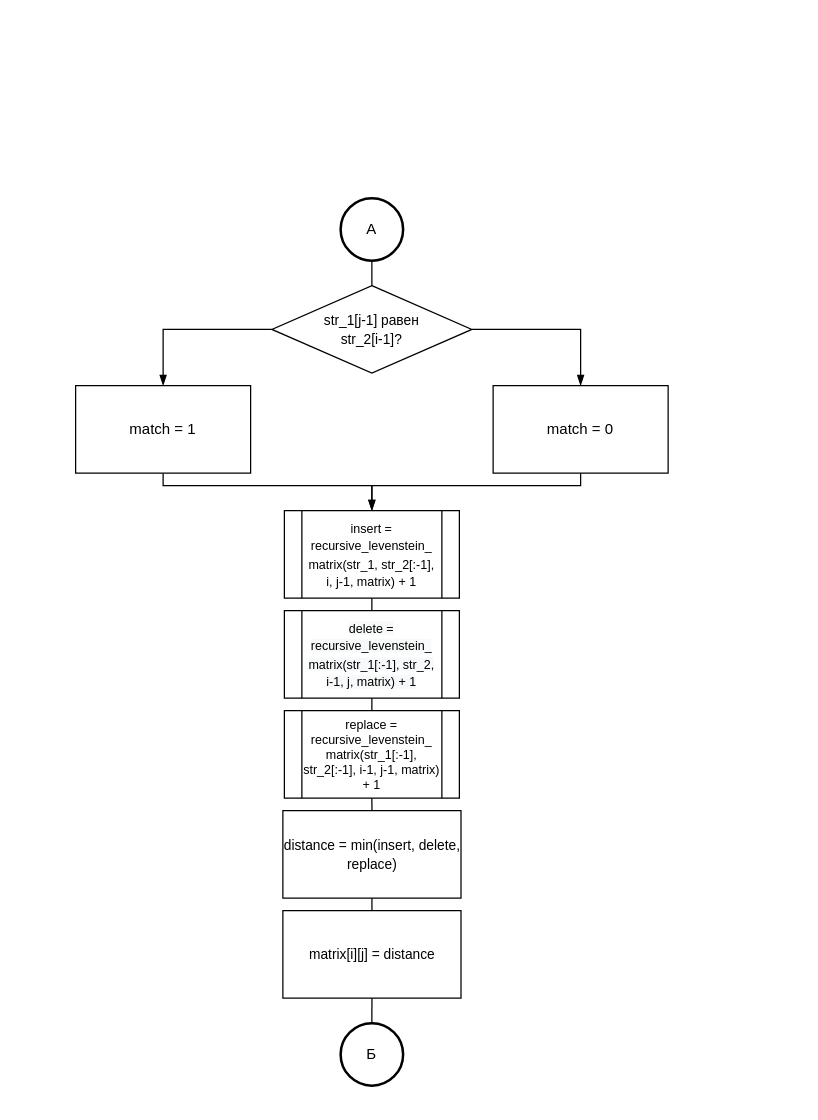
leontartykov/bmstu_sem_5_aa keeps this draw.io diagram as page "Рекурсивный Левенштейн с матрицей2" (4 of 5) of lab_01/report/diagrams/Левенштейн и Дамерау-Левенштейн.drawio. Above is the earlier version. Source tidied: cells renumbered, new cells numbered last; positions are measured from the earlier drawing's top-left corner, leaving out a move shared by most shapes. Both pictures are drawn from the tidied source at 125%, with x=0, y=0 at pixel (75, 198).
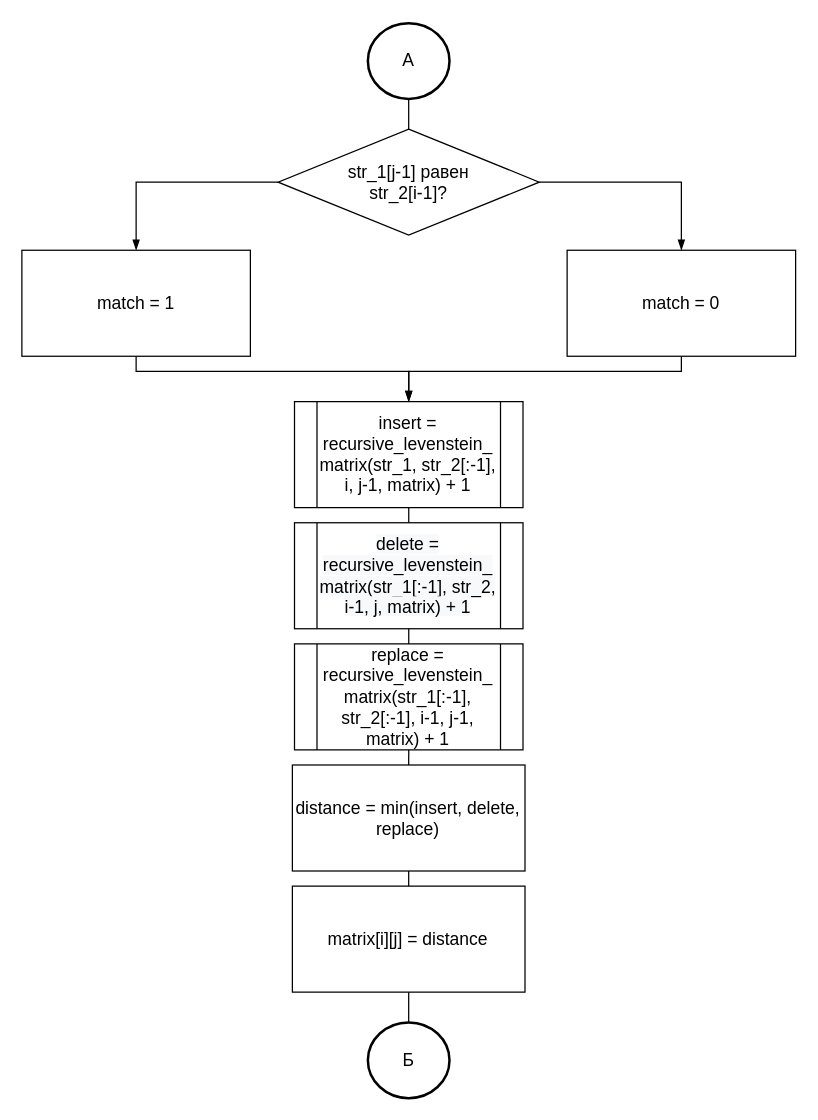
Above is the later version.

The edit, as a diff of the source:
```diff
@@
-    <mxCell id="2" style="edgeStyle=orthogonalEdgeStyle;rounded=0;jettySize=auto;html=1;entryX=0.5;entryY=0;entryDx=0;entryDy=0;endArrow=blockThin;endFill=1;" parent="1" edge="1" source="4" target="14">
-      <mxGeometry relative="1" as="geometry" />
-    </mxCell>
-    <mxCell id="3" style="edgeStyle=orthogonalEdgeStyle;rounded=0;jettySize=auto;html=1;exitX=0;exitY=0.5;exitDx=0;exitDy=0;entryX=0.5;entryY=0;entryDx=0;entryDy=0;endArrow=blockThin;endFill=1;" parent="1" edge="1" source="4" target="16">
-      <mxGeometry relative="1" as="geometry" />
-    </mxCell>
+    <mxCell id="22" style="group;" parent="1" vertex="1">
+      <mxGeometry x="-43" y="-140" width="619" height="860" as="geometry" />
+    </mxCell>
-    <mxCell id="4" value="&lt;font style=&quot;font-size: 11px&quot;&gt;str_1[j-1] равен&lt;br&gt;str_2[i-1]?&lt;/font&gt;" style="rhombus;whiteSpace=wrap;html=1;" parent="1" vertex="1">
-      <mxGeometry x="157" y="70" width="160" height="70" as="geometry" />
+    <mxCell id="4" value="&lt;font style=&quot;font-size: 14px&quot;&gt;str_1[j-1] равен&lt;br&gt;str_2[i-1]?&lt;/font&gt;" style="rhombus;whiteSpace=wrap;html=1;" parent="22" vertex="1">
+      <mxGeometry x="205" y="84.8" width="208.9" height="84.8" as="geometry" />
     </mxCell>
+    <mxCell id="6" value="&lt;font style=&quot;font-size: 14px&quot;&gt;&lt;br&gt;insert = recursive_levenstein_&lt;br&gt;matrix(str_1, str_2[:-1],&lt;br&gt;i, j-1, matrix) + 1&lt;br&gt;&amp;nbsp;&lt;/font&gt;" style="shape=process;whiteSpace=wrap;html=1;backgroundOutline=1;" parent="22" vertex="1">
+      <mxGeometry x="218.1" y="302.8" width="182.8" height="84.8" as="geometry" />
+    </mxCell>
+    <mxCell id="8" value="&lt;font style=&quot;font-size: 14px&quot;&gt;&lt;span style=&quot;color: rgb(0 , 0 , 0) ; font-family: &amp;#34;helvetica&amp;#34; ; font-style: normal ; font-weight: 400 ; letter-spacing: normal ; text-align: center ; text-indent: 0px ; text-transform: none ; word-spacing: 0px ; background-color: rgb(248 , 249 , 250) ; display: inline ; float: none&quot;&gt;delete = recursive_levenstein_&lt;/span&gt;&lt;br style=&quot;color: rgb(0 , 0 , 0) ; font-family: &amp;#34;helvetica&amp;#34; ; font-style: normal ; font-weight: 400 ; letter-spacing: normal ; text-align: center ; text-indent: 0px ; text-transform: none ; word-spacing: 0px ; background-color: rgb(248 , 249 , 250)&quot;&gt;&lt;span style=&quot;color: rgb(0 , 0 , 0) ; font-family: &amp;#34;helvetica&amp;#34; ; font-style: normal ; font-weight: 400 ; letter-spacing: normal ; text-align: center ; text-indent: 0px ; text-transform: none ; word-spacing: 0px ; background-color: rgb(248 , 249 , 250) ; display: inline ; float: none&quot;&gt;matrix(&lt;/span&gt;&lt;span style=&quot;color: rgb(0 , 0 , 0) ; font-family: &amp;#34;helvetica&amp;#34; ; font-style: normal ; font-weight: 400 ; letter-spacing: normal ; text-align: center ; text-indent: 0px ; text-transform: none ; word-spacing: 0px ; background-color: rgb(248 , 249 , 250) ; display: inline ; float: none&quot;&gt;str_1[:-1], str_2,&lt;/span&gt;&lt;br style=&quot;color: rgb(0 , 0 , 0) ; font-family: &amp;#34;helvetica&amp;#34; ; font-style: normal ; font-weight: 400 ; letter-spacing: normal ; text-align: center ; text-indent: 0px ; text-transform: none ; word-spacing: 0px ; background-color: rgb(248 , 249 , 250)&quot;&gt;&lt;span style=&quot;color: rgb(0 , 0 , 0) ; font-family: &amp;#34;helvetica&amp;#34; ; font-style: normal ; font-weight: 400 ; letter-spacing: normal ; text-align: center ; text-indent: 0px ; text-transform: none ; word-spacing: 0px ; background-color: rgb(248 , 249 , 250) ; display: inline ; float: none&quot;&gt;i-1, j, matrix) + 1&lt;/span&gt;&lt;/font&gt;" style="shape=process;whiteSpace=wrap;html=1;backgroundOutline=1;" parent="22" vertex="1">
+      <mxGeometry x="218.1" y="399.7" width="182.8" height="84.8" as="geometry" />
+    </mxCell>
-    <mxCell id="5" style="edgeStyle=orthogonalEdgeStyle;rounded=0;jettySize=auto;html=1;exitX=0.5;exitY=1;exitDx=0;exitDy=0;entryX=0.5;entryY=0;entryDx=0;entryDy=0;endArrow=none;endFill=0;" parent="1" edge="1" source="6" target="8">
+    <mxCell id="5" style="edgeStyle=orthogonalEdgeStyle;rounded=0;jettySize=auto;html=1;exitX=0.5;exitY=1;exitDx=0;exitDy=0;entryX=0.5;entryY=0;entryDx=0;entryDy=0;endArrow=none;endFill=0;" parent="22" edge="1" source="6" target="8">
       <mxGeometry relative="1" as="geometry" />
     </mxCell>
-    <mxCell id="6" value="&lt;font style=&quot;font-size: 10px&quot;&gt;&lt;br&gt;insert = recursive_levenstein_&lt;br&gt;matrix(str_1, str_2[:-1],&lt;br&gt;i, j-1, matrix) + 1&lt;br&gt;&amp;nbsp;&lt;/font&gt;" style="shape=process;whiteSpace=wrap;html=1;backgroundOutline=1;" parent="1" vertex="1">
-      <mxGeometry x="167" y="250" width="140" height="70" as="geometry" />
-    </mxCell>
+    <mxCell id="10" value="&lt;div style=&quot;font-size: 14px&quot;&gt;&lt;font style=&quot;font-size: 14px&quot;&gt;&lt;br&gt;&lt;/font&gt;&lt;/div&gt;&lt;div style=&quot;font-size: 14px&quot;&gt;&lt;span&gt;&lt;font style=&quot;font-size: 14px&quot;&gt;replace = recursive_levenstein_&lt;/font&gt;&lt;/span&gt;&lt;/div&gt;&lt;div style=&quot;font-size: 14px&quot;&gt;&lt;span&gt;&lt;font style=&quot;font-size: 14px&quot;&gt;matrix(str_1[:-1], str_2[:-1], i-1, j-1, matrix) + 1&lt;/font&gt;&lt;/span&gt;&lt;/div&gt;&lt;div style=&quot;font-size: 14px&quot;&gt;&lt;font style=&quot;font-size: 14px&quot;&gt;&amp;nbsp;&lt;/font&gt;&lt;/div&gt;" style="shape=process;whiteSpace=wrap;html=1;backgroundOutline=1;align=center;" parent="22" vertex="1">
+      <mxGeometry x="218.1" y="496.6" width="182.8" height="84.8" as="geometry" />
+    </mxCell>
-    <mxCell id="7" style="edgeStyle=orthogonalEdgeStyle;rounded=0;jettySize=auto;html=1;exitX=0.5;exitY=1;exitDx=0;exitDy=0;entryX=0.5;entryY=0;entryDx=0;entryDy=0;endArrow=none;endFill=0;" parent="1" edge="1" source="8" target="10">
+    <mxCell id="7" style="edgeStyle=orthogonalEdgeStyle;rounded=0;jettySize=auto;html=1;exitX=0.5;exitY=1;exitDx=0;exitDy=0;entryX=0.5;entryY=0;entryDx=0;entryDy=0;endArrow=none;endFill=0;" parent="22" edge="1" source="8" target="10">
       <mxGeometry relative="1" as="geometry" />
     </mxCell>
-    <mxCell id="8" value="&lt;font style=&quot;font-size: 10px&quot;&gt;&lt;span style=&quot;color: rgb(0 , 0 , 0) ; font-family: &amp;#34;helvetica&amp;#34; ; font-style: normal ; font-weight: 400 ; letter-spacing: normal ; text-align: center ; text-indent: 0px ; text-transform: none ; word-spacing: 0px ; background-color: rgb(248 , 249 , 250) ; display: inline ; float: none&quot;&gt;delete = recursive_levenstein_&lt;/span&gt;&lt;br style=&quot;color: rgb(0 , 0 , 0) ; font-family: &amp;#34;helvetica&amp;#34; ; font-style: normal ; font-weight: 400 ; letter-spacing: normal ; text-align: center ; text-indent: 0px ; text-transform: none ; word-spacing: 0px ; background-color: rgb(248 , 249 , 250)&quot;&gt;&lt;span style=&quot;color: rgb(0 , 0 , 0) ; font-family: &amp;#34;helvetica&amp;#34; ; font-style: normal ; font-weight: 400 ; letter-spacing: normal ; text-align: center ; text-indent: 0px ; text-transform: none ; word-spacing: 0px ; background-color: rgb(248 , 249 , 250) ; display: inline ; float: none&quot;&gt;matrix(&lt;/span&gt;&lt;span style=&quot;color: rgb(0 , 0 , 0) ; font-family: &amp;#34;helvetica&amp;#34; ; font-style: normal ; font-weight: 400 ; letter-spacing: normal ; text-align: center ; text-indent: 0px ; text-transform: none ; word-spacing: 0px ; background-color: rgb(248 , 249 , 250) ; display: inline ; float: none&quot;&gt;str_1[:-1], str_2,&lt;/span&gt;&lt;br style=&quot;color: rgb(0 , 0 , 0) ; font-family: &amp;#34;helvetica&amp;#34; ; font-style: normal ; font-weight: 400 ; letter-spacing: normal ; text-align: center ; text-indent: 0px ; text-transform: none ; word-spacing: 0px ; background-color: rgb(248 , 249 , 250)&quot;&gt;&lt;span style=&quot;color: rgb(0 , 0 , 0) ; font-family: &amp;#34;helvetica&amp;#34; ; font-style: normal ; font-weight: 400 ; letter-spacing: normal ; text-align: center ; text-indent: 0px ; text-transform: none ; word-spacing: 0px ; background-color: rgb(248 , 249 , 250) ; display: inline ; float: none&quot;&gt;i-1, j, matrix) + 1&lt;/span&gt;&lt;/font&gt;" style="shape=process;whiteSpace=wrap;html=1;backgroundOutline=1;" parent="1" vertex="1">
-      <mxGeometry x="167" y="330" width="140" height="70" as="geometry" />
-    </mxCell>
+    <mxCell id="12" value="&lt;font style=&quot;font-size: 14px&quot;&gt;distance = min(insert, delete, replace)&lt;/font&gt;" style="rounded=0;whiteSpace=wrap;html=1;" parent="22" vertex="1">
+      <mxGeometry x="216.4" y="593.5" width="186.1" height="84.8" as="geometry" />
+    </mxCell>
-    <mxCell id="9" style="edgeStyle=orthogonalEdgeStyle;rounded=0;jettySize=auto;html=1;exitX=0.5;exitY=1;exitDx=0;exitDy=0;entryX=0.5;entryY=0;entryDx=0;entryDy=0;endArrow=none;endFill=0;" parent="1" edge="1" source="10" target="12">
+    <mxCell id="9" style="edgeStyle=orthogonalEdgeStyle;rounded=0;jettySize=auto;html=1;exitX=0.5;exitY=1;exitDx=0;exitDy=0;entryX=0.5;entryY=0;entryDx=0;entryDy=0;endArrow=none;endFill=0;" parent="22" edge="1" source="10" target="12">
       <mxGeometry relative="1" as="geometry" />
     </mxCell>
-    <mxCell id="10" value="&lt;div style=&quot;font-size: 10px&quot;&gt;&lt;font style=&quot;font-size: 10px&quot;&gt;&lt;br&gt;&lt;/font&gt;&lt;/div&gt;&lt;div style=&quot;font-size: 10px&quot;&gt;&lt;span&gt;&lt;font style=&quot;font-size: 10px&quot;&gt;replace = recursive_levenstein_&lt;/font&gt;&lt;/span&gt;&lt;/div&gt;&lt;div style=&quot;font-size: 10px&quot;&gt;&lt;span&gt;&lt;font style=&quot;font-size: 10px&quot;&gt;matrix(str_1[:-1], str_2[:-1], i-1, j-1, matrix) + 1&lt;/font&gt;&lt;/span&gt;&lt;/div&gt;&lt;div style=&quot;font-size: 10px&quot;&gt;&lt;font style=&quot;font-size: 10px&quot;&gt;&amp;nbsp;&lt;/font&gt;&lt;/div&gt;" style="shape=process;whiteSpace=wrap;html=1;backgroundOutline=1;align=center;" parent="1" vertex="1">
-      <mxGeometry x="167" y="410" width="140" height="70" as="geometry" />
-    </mxCell>
-    <mxCell id="11" style="edgeStyle=orthogonalEdgeStyle;rounded=0;jettySize=auto;html=1;exitX=0.5;exitY=1;exitDx=0;exitDy=0;entryX=0.5;entryY=0;entryDx=0;entryDy=0;endArrow=none;endFill=0;" parent="1" edge="1" source="12" target="18">
-      <mxGeometry relative="1" as="geometry" />
-    </mxCell>
-    <mxCell id="12" value="&lt;font style=&quot;font-size: 11px&quot;&gt;distance = min(insert, delete, replace)&lt;/font&gt;" style="rounded=0;whiteSpace=wrap;html=1;" parent="1" vertex="1">
-      <mxGeometry x="165.8" y="490" width="142.5" height="70" as="geometry" />
-    </mxCell>
-    <mxCell id="13" style="edgeStyle=orthogonalEdgeStyle;rounded=0;jettySize=auto;html=1;exitX=0.5;exitY=1;exitDx=0;exitDy=0;entryX=0.5;entryY=0;entryDx=0;entryDy=0;endArrow=blockThin;endFill=1;" parent="1" edge="1" source="14" target="6">
+    <mxCell id="13" style="edgeStyle=orthogonalEdgeStyle;rounded=0;jettySize=auto;html=1;exitX=0.5;exitY=1;exitDx=0;exitDy=0;entryX=0.5;entryY=0;entryDx=0;entryDy=0;endArrow=blockThin;endFill=1;" parent="22" edge="1" source="14" target="6">
       <mxGeometry relative="1" as="geometry">
         <Array as="points">
-          <mxPoint x="404" y="230" />
-          <mxPoint x="237" y="230" />
+          <mxPoint x="527.6" y="278.6" />
+          <mxPoint x="309.5" y="278.6" />
         </Array>
       </mxGeometry>
     </mxCell>
-    <mxCell id="14" value="match = 0" style="rounded=0;whiteSpace=wrap;html=1;" parent="1" vertex="1">
-      <mxGeometry x="334" y="150" width="140" height="70" as="geometry" />
+    <mxCell id="14" value="&lt;font style=&quot;font-size: 14px&quot;&gt;match = 0&lt;/font&gt;" style="rounded=0;whiteSpace=wrap;html=1;" parent="22" vertex="1">
+      <mxGeometry x="436.2" y="181.7" width="182.8" height="84.8" as="geometry" />
     </mxCell>
+    <mxCell id="2" style="edgeStyle=orthogonalEdgeStyle;rounded=0;jettySize=auto;html=1;entryX=0.5;entryY=0;entryDx=0;entryDy=0;endArrow=blockThin;endFill=1;" parent="22" edge="1" source="4" target="14">
+      <mxGeometry relative="1" as="geometry" />
+    </mxCell>
-    <mxCell id="15" style="edgeStyle=orthogonalEdgeStyle;rounded=0;jettySize=auto;html=1;exitX=0.5;exitY=1;exitDx=0;exitDy=0;entryX=0.5;entryY=0;entryDx=0;entryDy=0;endArrow=blockThin;endFill=1;" parent="1" edge="1" source="16" target="6">
+    <mxCell id="15" style="edgeStyle=orthogonalEdgeStyle;rounded=0;jettySize=auto;html=1;exitX=0.5;exitY=1;exitDx=0;exitDy=0;entryX=0.5;entryY=0;entryDx=0;entryDy=0;endArrow=blockThin;endFill=1;" parent="22" edge="1" source="16" target="6">
       <mxGeometry relative="1" as="geometry">
         <Array as="points">
-          <mxPoint x="70" y="230" />
-          <mxPoint x="237" y="230" />
+          <mxPoint x="91.4" y="278.6" />
+          <mxPoint x="309.5" y="278.6" />
         </Array>
       </mxGeometry>
     </mxCell>
-    <mxCell id="16" value="match = 1" style="rounded=0;whiteSpace=wrap;html=1;" parent="1" vertex="1">
-      <mxGeometry y="150" width="140" height="70" as="geometry" />
+    <mxCell id="16" value="&lt;font style=&quot;font-size: 14px&quot;&gt;match = 1&lt;/font&gt;" style="rounded=0;whiteSpace=wrap;html=1;" parent="22" vertex="1">
+      <mxGeometry y="181.7" width="182.8" height="84.8" as="geometry" />
     </mxCell>
+    <mxCell id="3" style="edgeStyle=orthogonalEdgeStyle;rounded=0;jettySize=auto;html=1;exitX=0;exitY=0.5;exitDx=0;exitDy=0;entryX=0.5;entryY=0;entryDx=0;entryDy=0;endArrow=blockThin;endFill=1;" parent="22" edge="1" source="4" target="16">
+      <mxGeometry relative="1" as="geometry" />
+    </mxCell>
+    <mxCell id="18" value="&lt;font style=&quot;font-size: 14px&quot;&gt;matrix[i][j] = distance&lt;/font&gt;" style="rounded=0;whiteSpace=wrap;html=1;" parent="22" vertex="1">
+      <mxGeometry x="216.4" y="690.4" width="186.1" height="84.8" as="geometry" />
+    </mxCell>
+    <mxCell id="11" style="edgeStyle=orthogonalEdgeStyle;rounded=0;jettySize=auto;html=1;exitX=0.5;exitY=1;exitDx=0;exitDy=0;entryX=0.5;entryY=0;entryDx=0;entryDy=0;endArrow=none;endFill=0;" parent="22" edge="1" source="12" target="18">
+      <mxGeometry relative="1" as="geometry" />
+    </mxCell>
+    <mxCell id="19" value="&lt;font style=&quot;font-size: 14px&quot;&gt;Б&lt;/font&gt;" style="strokeWidth=2;html=1;shape=mxgraph.flowchart.start_2;whiteSpace=wrap;" parent="22" vertex="1">
+      <mxGeometry x="276.8" y="799.4" width="65.3" height="60.6" as="geometry" />
+    </mxCell>
-    <mxCell id="17" style="edgeStyle=orthogonalEdgeStyle;rounded=0;jettySize=auto;html=1;exitX=0.5;exitY=1;exitDx=0;exitDy=0;entryX=0.5;entryY=0;entryDx=0;entryDy=0;entryPerimeter=0;endArrow=none;endFill=0;" parent="1" edge="1" source="18" target="19">
+    <mxCell id="17" style="edgeStyle=orthogonalEdgeStyle;rounded=0;jettySize=auto;html=1;exitX=0.5;exitY=1;exitDx=0;exitDy=0;entryX=0.5;entryY=0;entryDx=0;entryDy=0;entryPerimeter=0;endArrow=none;endFill=0;" parent="22" edge="1" source="18" target="19">
       <mxGeometry relative="1" as="geometry" />
     </mxCell>
-    <mxCell id="18" value="&lt;font style=&quot;font-size: 11px&quot;&gt;matrix[i][j] = distance&lt;/font&gt;" style="rounded=0;whiteSpace=wrap;html=1;" parent="1" vertex="1">
-      <mxGeometry x="165.8" y="570" width="142.5" height="70" as="geometry" />
-    </mxCell>
-    <mxCell id="19" value="Б" style="strokeWidth=2;html=1;shape=mxgraph.flowchart.start_2;whiteSpace=wrap;" parent="1" vertex="1">
-      <mxGeometry x="212" y="660" width="50" height="50" as="geometry" />
-    </mxCell>
-    <mxCell id="20" style="edgeStyle=orthogonalEdgeStyle;rounded=0;jettySize=auto;html=1;exitX=0.5;exitY=1;exitDx=0;exitDy=0;exitPerimeter=0;entryX=0.5;entryY=0;entryDx=0;entryDy=0;endArrow=none;endFill=0;" parent="1" edge="1" source="21" target="4">
+    <mxCell id="20" style="edgeStyle=orthogonalEdgeStyle;rounded=0;jettySize=auto;html=1;exitX=0.5;exitY=1;exitDx=0;exitDy=0;exitPerimeter=0;entryX=0.5;entryY=0;entryDx=0;entryDy=0;endArrow=none;endFill=0;" parent="22" edge="1" source="21" target="4">
       <mxGeometry relative="1" as="geometry" />
     </mxCell>
-    <mxCell id="21" value="А" style="strokeWidth=2;html=1;shape=mxgraph.flowchart.start_2;whiteSpace=wrap;" parent="1" vertex="1">
-      <mxGeometry x="212" width="50" height="50" as="geometry" />
+    <mxCell id="21" value="&lt;font style=&quot;font-size: 14px&quot;&gt;А&lt;/font&gt;" style="strokeWidth=2;html=1;shape=mxgraph.flowchart.start_2;whiteSpace=wrap;" parent="22" vertex="1">
+      <mxGeometry x="276.8" width="65.3" height="60.6" as="geometry" />
     </mxCell>
```
